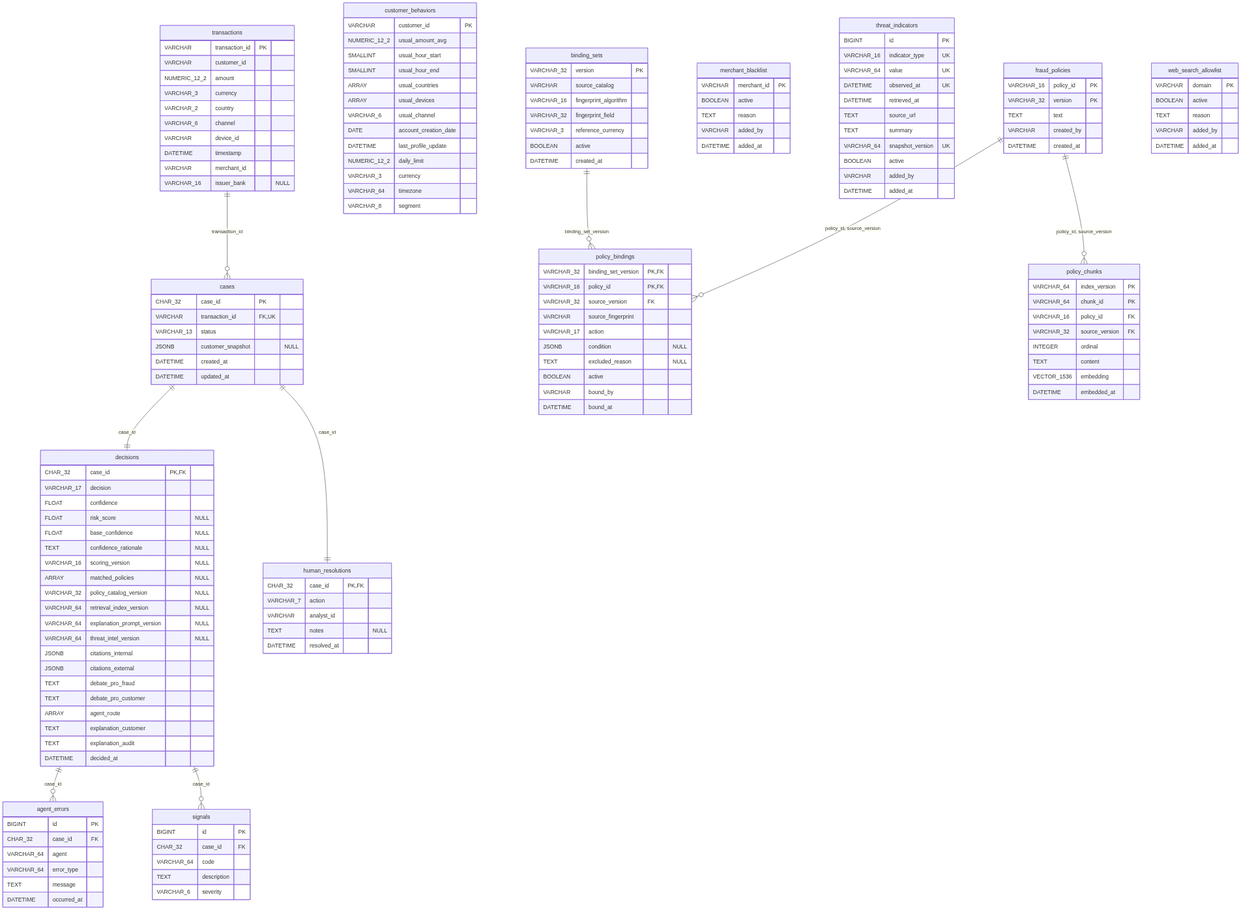
The Mermaid diagram docs/diagrams/data_model.png in Nicolas-Torres/multiagent-fraud-detection, before a commit. Its source is kept beside it as docs/diagrams/data_model.mmd.
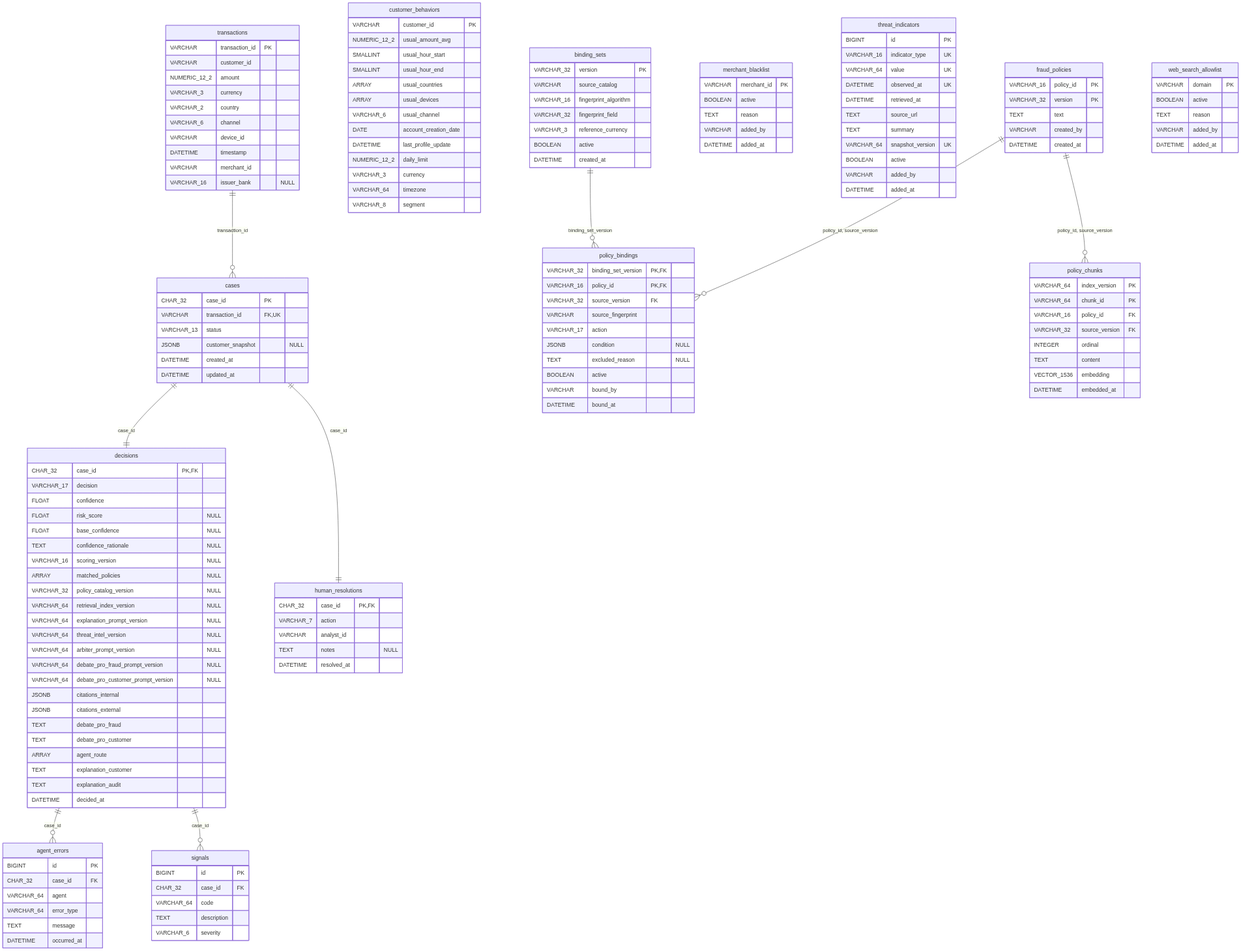
After the change.

Commit message:
feat(db): add arbiter and debate prompt version columns

The edit, as a diff of the source:
```diff
@@ -112,6 +112,9 @@
         VARCHAR_64 retrieval_index_version "NULL"
         VARCHAR_64 explanation_prompt_version "NULL"
         VARCHAR_64 threat_intel_version "NULL"
+        VARCHAR_64 arbiter_prompt_version "NULL"
+        VARCHAR_64 debate_pro_fraud_prompt_version "NULL"
+        VARCHAR_64 debate_pro_customer_prompt_version "NULL"
         JSONB citations_internal
         JSONB citations_external
         TEXT debate_pro_fraud
```
